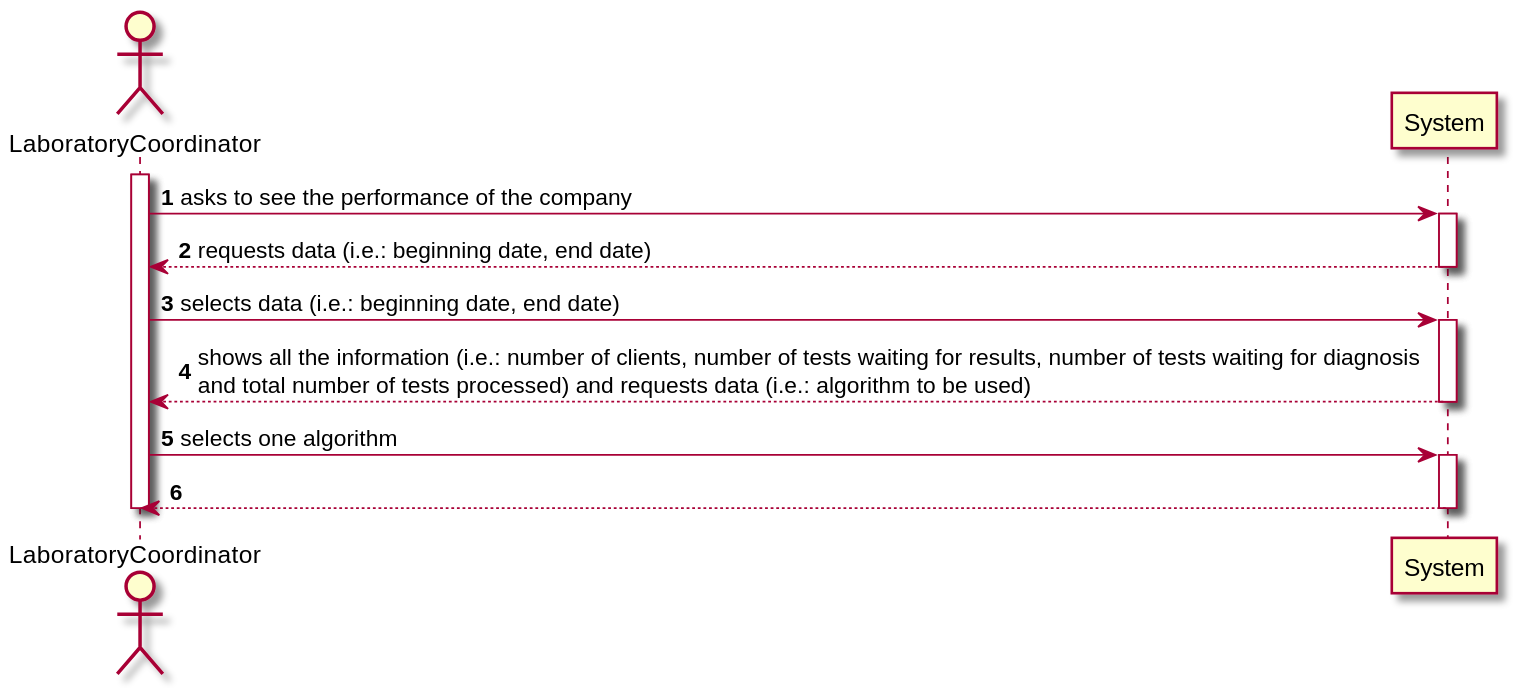
Before: docs/SprintD/US16/US16-SSD.svg, a diagram exported from PlantUML (0franciscor/lei-21-s2-1de-g19).
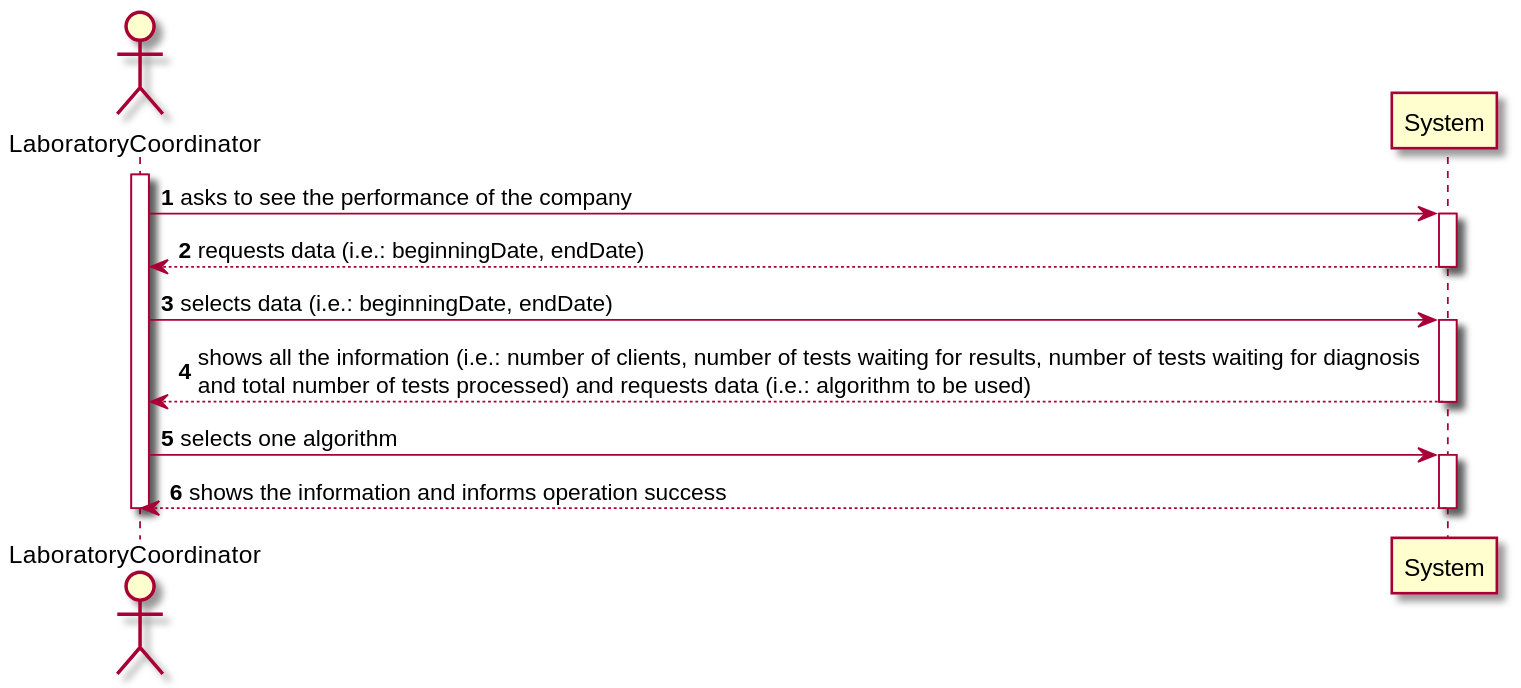
Later version of the same file.

Diff of the diagram source:
```diff
@@ -6,11 +6,11 @@
 
 activate LC
 LC -> System ++: asks to see the performance of the company
-System --> LC --: requests data (i.e.: beginning date, end date)
-LC -> System ++: selects data (i.e.: beginning date, end date)
+System --> LC --: requests data (i.e.: beginningDate, endDate)
+LC -> System ++: selects data (i.e.: beginningDate, endDate)
 System --> LC --: shows all the information (i.e.: number of clients, number of tests waiting for results, number of tests waiting for diagnosis \nand total number of tests processed) and requests data (i.e.: algorithm to be used)
 LC -> System ++: selects one algorithm
-System --> LC --:
+System --> LC --: shows the information and informs operation success
 deactivate LC
 
 @enduml
```
